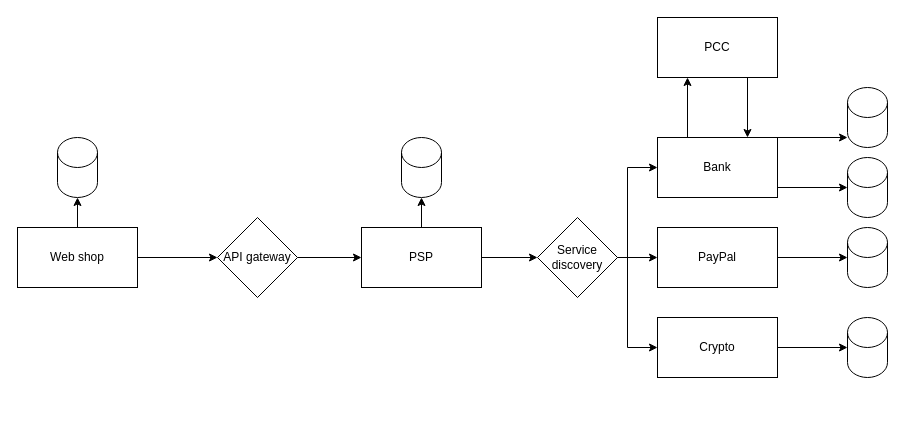
Before: dijagramSistema.drawio in MilosMilutinovic01/ElectronicPaymentSystem, a draw.io diagram. Source tidied: cells renumbered, new cells numbered last; positions are measured from the earlier drawing's top-left corner, leaving out a move shared by most shapes. Both pictures are drawn from the tidied source at 100%, with x=0, y=0 at pixel (17, 17).
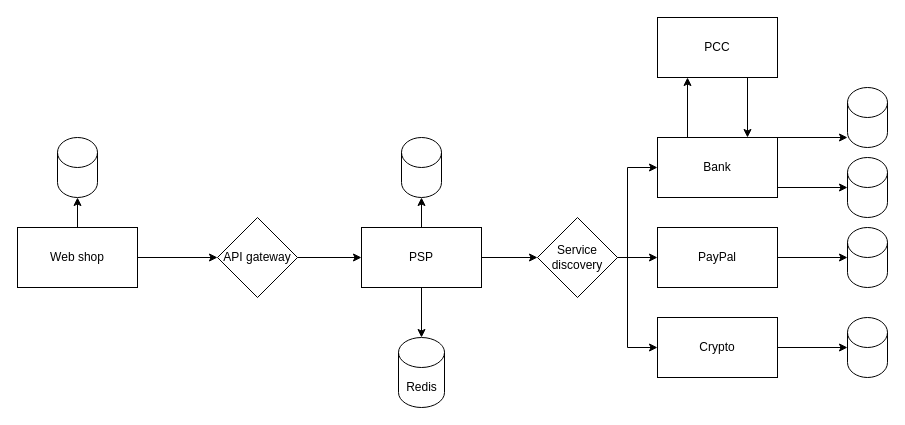
Above is the later version.

Unchanged cells that the change refers to:
```xml
<mxCell id="3" value="&lt;font face=&quot;Helvetica&quot;&gt;PSP&lt;/font&gt;" style="rounded=0;whiteSpace=wrap;html=1;" parent="1" vertex="1">
  <mxGeometry x="344" y="210" width="120" height="60" as="geometry" />
</mxCell>
```

The edit, as a diff of the source:
```diff
@@
+    <mxCell id="30" style="shape=cylinder3;whiteSpace=wrap;html=1;boundedLbl=1;backgroundOutline=1;size=15;" parent="1" vertex="1">
+      <mxGeometry x="381" y="320" width="46" height="70" as="geometry" />
+    </mxCell>
+    <mxCell id="31" style="edgeStyle=orthogonalEdgeStyle;rounded=0;jettySize=auto;html=1;exitX=0.5;exitY=1;exitDx=0;exitDy=0;entryX=0.5;entryY=0;entryDx=0;entryDy=0;entryPerimeter=0;" parent="1" edge="1" source="3" target="30">
+      <mxGeometry relative="1" as="geometry" />
+    </mxCell>
+    <mxCell id="32" value="Redis" style="text;html=1;align=center;verticalAlign=middle;strokeColor=none;fillColor=none;" parent="1" vertex="1">
+      <mxGeometry x="379" y="355" width="50" height="30" as="geometry" />
+    </mxCell>
```
